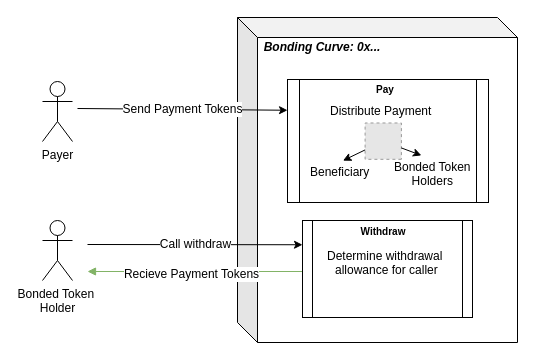
dOrgTech/OpenRaise keeps this draw.io diagram as diagrams/src/bonding_curve_architecture_pay.drawio. Above is the earlier version. Source tidied: cells renumbered, new cells numbered last; positions are measured from the earlier drawing's top-left corner, leaving out a move shared by most shapes. Both pictures are drawn from the tidied source at 100%, with x=0, y=0 at pixel (42, 17). Pictures stored in the file or linked from it are replaced by grey dashed boxes.
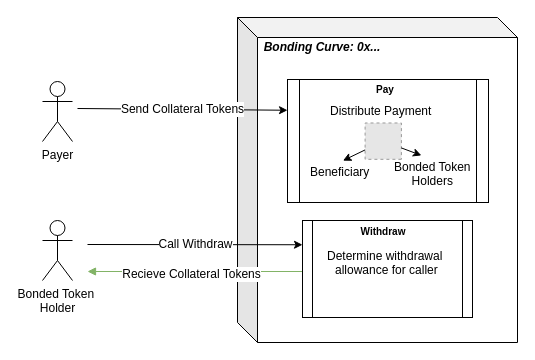
The same diagram, later.

Commit message (it also covers changes not shown here):
update pay diagram

The change refers to these unchanged cells:
```xml
<mxCell id="7" style="edgeStyle=none;rounded=0;orthogonalLoop=1;jettySize=auto;html=1;startArrow=none;startFill=0;endArrow=block;endFill=1;strokeColor=#82b366;fillColor=#d5e8d4;exitX=0;exitY=0.5;exitDx=0;exitDy=0;" parent="1" edge="1">
  <mxGeometry relative="1" as="geometry">
    <mxPoint x="263" y="254" as="sourcePoint" />
    <mxPoint x="45" y="254" as="targetPoint" />
  </mxGeometry>
</mxCell>
<mxCell id="10" style="shape=process;whiteSpace=wrap;html=1;backgroundOutline=1;labelBackgroundColor=none;size=0.05999999999999943;" parent="1" vertex="1">
  <mxGeometry x="245" y="62" width="201" height="123" as="geometry" />
</mxCell>
<mxCell id="18" style="shape=process;whiteSpace=wrap;html=1;backgroundOutline=1;labelBackgroundColor=none;size=0.05999999999999943;" parent="1" vertex="1">
  <mxGeometry x="260" y="203" width="170" height="97" as="geometry" />
</mxCell>
```

Diff of the diagram source:
```diff
@@
-    <mxCell id="6" value="Call withdraw" style="endArrow=classic;html=1;entryX=0;entryY=0.25;entryDx=0;entryDy=0;fontSize=12;" parent="1" edge="1" target="18">
+    <mxCell id="6" value="Call Withdraw" style="endArrow=classic;html=1;entryX=0;entryY=0.25;entryDx=0;entryDy=0;fontSize=12;" parent="1" edge="1" target="18">
       <mxGeometry relative="1" as="geometry">
         <mxPoint x="45" y="227" as="sourcePoint" />
       </mxGeometry>
     </mxCell>
@@
-    <mxCell id="8" value="Recieve Payment Tokens" style="text;html=1;align=center;verticalAlign=middle;labelBackgroundColor=#ffffff;" parent="7" vertex="1">
+    <mxCell id="8" value="Recieve Collateral Tokens" style="text;html=1;align=center;verticalAlign=middle;labelBackgroundColor=#ffffff;" parent="7" vertex="1">
       <mxGeometry x="-0.04" y="1" relative="1" as="geometry">
         <mxPoint x="-9.5" y="1.5" as="offset" />
       </mxGeometry>
     </mxCell>
-    <mxCell id="9" value="Send Payment Tokens" style="endArrow=classic;html=1;entryX=0;entryY=0.25;entryDx=0;entryDy=0;fontSize=12;" parent="1" edge="1" target="10">
+    <mxCell id="9" value="Send Collateral Tokens" style="endArrow=classic;html=1;entryX=0;entryY=0.25;entryDx=0;entryDy=0;fontSize=12;" parent="1" edge="1" target="10">
       <mxGeometry relative="1" as="geometry">
         <mxPoint x="35" y="91" as="sourcePoint" />
       </mxGeometry>
     </mxCell>
```
